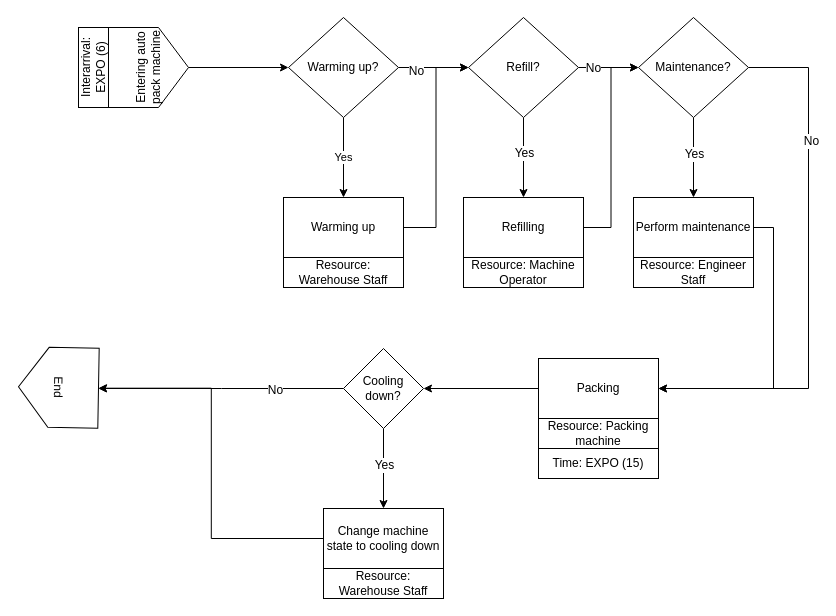
aboutkrin/aboutkrin.github.io keeps this draw.io diagram as Em-Con-Res.drawio. Above is the earlier version. Source tidied: cells renumbered, new cells numbered last; positions are measured from the earlier drawing's top-left corner, leaving out a move shared by most shapes. Both pictures are drawn from the tidied source at 100%, with x=0, y=0 at pixel (18, 17).
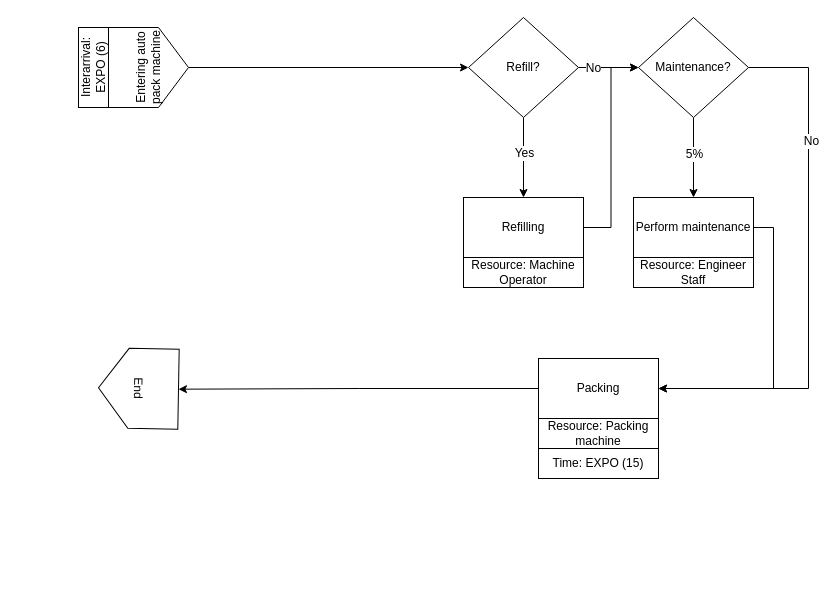
Above is the later version.

Unchanged cells that the change refers to:
```xml
<mxCell id="3" value="Entering auto pack machine" style="shape=offPageConnector;whiteSpace=wrap;html=1;rotation=-90;" parent="1" vertex="1">
  <mxGeometry x="90" y="10" width="80" height="80" as="geometry" />
</mxCell>
<mxCell id="14" value="Refill?" style="rhombus;whiteSpace=wrap;html=1;" parent="1" vertex="1">
  <mxGeometry x="450" width="110" height="100" as="geometry" />
</mxCell>
<mxCell id="15" style="edgeStyle=orthogonalEdgeStyle;rounded=0;jettySize=auto;html=1;exitX=0.5;exitY=1;exitDx=0;exitDy=0;" parent="1" edge="1" source="19" target="26">
  <mxGeometry relative="1" as="geometry" />
</mxCell>
<mxCell id="28" value="Packing" style="rounded=0;whiteSpace=wrap;html=1;" parent="1" vertex="1">
  <mxGeometry x="520" y="341" width="120" height="60" as="geometry" />
</mxCell>
```

Diff of the diagram source:
```diff
@@
-    <mxCell id="2" style="edgeStyle=orthogonalEdgeStyle;rounded=0;jettySize=auto;html=1;exitX=0.5;exitY=1;exitDx=0;exitDy=0;entryX=0;entryY=0.5;entryDx=0;entryDy=0;" parent="1" edge="1" source="3" target="7">
+    <mxCell id="2" style="edgeStyle=orthogonalEdgeStyle;rounded=0;jettySize=auto;html=1;exitX=0.5;exitY=1;exitDx=0;exitDy=0;" parent="1" edge="1" source="3" target="14">
       <mxGeometry relative="1" as="geometry" />
     </mxCell>
@@
-    <mxCell id="4" value="Yes" style="edgeStyle=orthogonalEdgeStyle;rounded=0;jettySize=auto;html=1;exitX=0.5;exitY=1;exitDx=0;exitDy=0;entryX=0.5;entryY=0;entryDx=0;entryDy=0;" parent="1" edge="1" source="7" target="9">
-      <mxGeometry relative="1" as="geometry" />
-    </mxCell>
-    <mxCell id="5" style="edgeStyle=orthogonalEdgeStyle;rounded=0;jettySize=auto;html=1;exitX=1;exitY=0.5;exitDx=0;exitDy=0;" parent="1" edge="1" source="7" target="14">
-      <mxGeometry relative="1" as="geometry" />
-    </mxCell>
-    <mxCell id="6" value="No" style="text;html=1;align=center;verticalAlign=middle;labelBackgroundColor=#ffffff;" parent="5" vertex="1">
-      <mxGeometry x="-0.51" y="-3" relative="1" as="geometry" />
-    </mxCell>
-    <mxCell id="7" value="Warming up?" style="rhombus;whiteSpace=wrap;html=1;" parent="1" vertex="1">
-      <mxGeometry x="270" width="110" height="100" as="geometry" />
-    </mxCell>
-    <mxCell id="8" style="edgeStyle=orthogonalEdgeStyle;rounded=0;jettySize=auto;html=1;exitX=1;exitY=0.5;exitDx=0;exitDy=0;entryX=0;entryY=0.5;entryDx=0;entryDy=0;" parent="1" edge="1" source="9" target="14">
-      <mxGeometry relative="1" as="geometry" />
-    </mxCell>
-    <mxCell id="9" value="Warming up" style="rounded=0;whiteSpace=wrap;html=1;" parent="1" vertex="1">
-      <mxGeometry x="265" y="180" width="120" height="60" as="geometry" />
-    </mxCell>
@@
-    <mxCell id="16" value="Yes" style="text;html=1;align=center;verticalAlign=middle;labelBackgroundColor=#ffffff;" parent="15" vertex="1">
+    <mxCell id="16" value="5%" style="text;html=1;align=center;verticalAlign=middle;labelBackgroundColor=#ffffff;" parent="15" vertex="1">
       <mxGeometry x="-0.1" relative="1" as="geometry" />
     </mxCell>
@@
-    <mxCell id="22" style="edgeStyle=orthogonalEdgeStyle;rounded=0;jettySize=auto;html=1;exitX=0;exitY=0.5;exitDx=0;exitDy=0;entryX=0.5;entryY=0;entryDx=0;entryDy=0;" parent="1" edge="1" source="23" target="24">
-      <mxGeometry relative="1" as="geometry" />
-    </mxCell>
-    <mxCell id="23" value="Change machine state to cooling down" style="rounded=0;whiteSpace=wrap;html=1;" parent="1" vertex="1">
-      <mxGeometry x="305" y="491" width="120" height="60" as="geometry" />
-    </mxCell>
     <mxCell id="24" value="End" style="shape=offPageConnector;whiteSpace=wrap;html=1;rotation=91;" parent="1" vertex="1">
-      <mxGeometry y="330" width="80" height="80" as="geometry" />
+      <mxGeometry x="80" y="331" width="80" height="80" as="geometry" />
     </mxCell>
@@
-    <mxCell id="27" style="edgeStyle=orthogonalEdgeStyle;rounded=0;jettySize=auto;html=1;exitX=0;exitY=0.5;exitDx=0;exitDy=0;" parent="1" edge="1" source="28" target="40">
+    <mxCell id="27" style="edgeStyle=orthogonalEdgeStyle;rounded=0;jettySize=auto;html=1;exitX=0;exitY=0.5;exitDx=0;exitDy=0;entryX=0.5;entryY=0;entryDx=0;entryDy=0;" parent="1" edge="1" source="28" target="24">
       <mxGeometry relative="1" as="geometry" />
     </mxCell>
@@
-    <mxCell id="29" value="Resource: Warehouse Staff" style="rounded=0;whiteSpace=wrap;html=1;" parent="1" vertex="1">
-      <mxGeometry x="305" y="551" width="120" height="30" as="geometry" />
-    </mxCell>
-    <mxCell id="30" value="Resource: Warehouse Staff" style="rounded=0;whiteSpace=wrap;html=1;" parent="1" vertex="1">
-      <mxGeometry x="265" y="240" width="120" height="30" as="geometry" />
-    </mxCell>
@@
-    <mxCell id="36" style="edgeStyle=orthogonalEdgeStyle;rounded=0;jettySize=auto;html=1;exitX=0.5;exitY=1;exitDx=0;exitDy=0;entryX=0.5;entryY=0;entryDx=0;entryDy=0;" parent="1" edge="1" source="40" target="23">
-      <mxGeometry relative="1" as="geometry" />
-    </mxCell>
-    <mxCell id="37" value="Yes" style="text;html=1;align=center;verticalAlign=middle;labelBackgroundColor=#ffffff;" parent="36" vertex="1">
-      <mxGeometry x="-0.1" relative="1" as="geometry" />
-    </mxCell>
-    <mxCell id="38" style="edgeStyle=orthogonalEdgeStyle;rounded=0;jettySize=auto;html=1;exitX=0;exitY=0.5;exitDx=0;exitDy=0;" parent="1" edge="1" source="40">
-      <mxGeometry relative="1" as="geometry">
-        <mxPoint x="80" y="371" as="targetPoint" />
-      </mxGeometry>
-    </mxCell>
-    <mxCell id="39" value="No" style="text;html=1;align=center;verticalAlign=middle;labelBackgroundColor=#ffffff;" parent="38" vertex="1">
-      <mxGeometry x="-0.44" y="1" relative="1" as="geometry" />
-    </mxCell>
-    <mxCell id="40" value="Cooling down?" style="rhombus;whiteSpace=wrap;html=1;" parent="1" vertex="1">
-      <mxGeometry x="325" y="331" width="80" height="80" as="geometry" />
-    </mxCell>
```
